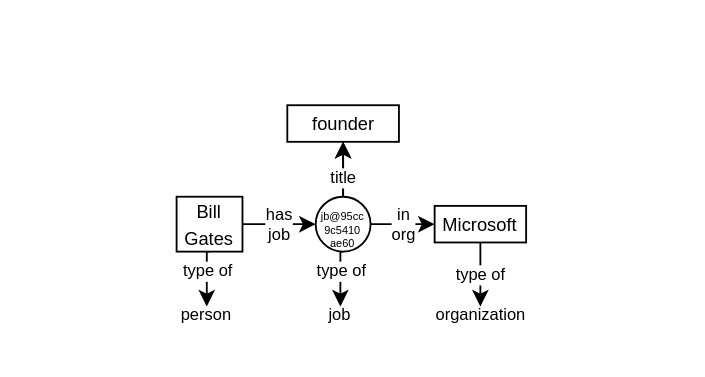
Above: reification.drawio in SilvesterYu/FinQA_Vis (draw.io), before the change. Source tidied: cells renumbered, new cells numbered last; positions are measured from the earlier drawing's top-left corner, leaving out a move shared by most shapes. Both pictures are drawn from the tidied source at 183%, with x=0, y=0 at pixel (176, 104).
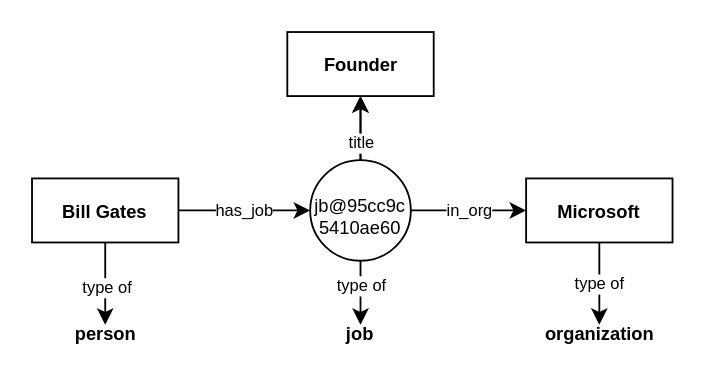
After the change.

The edit, as a diff of the source:
```diff
@@
 <mxGraphModel>
   <root>
     <mxCell id="0" />
     <mxCell id="1" parent="0" />
-    <mxCell id="2" value="&lt;font style=&quot;font-size: 9px;&quot;&gt;has&lt;br&gt;job&lt;/font&gt;" style="edgeStyle=orthogonalEdgeStyle;rounded=0;jettySize=auto;html=1;exitX=1;exitY=0.5;exitDx=0;exitDy=0;fontSize=6;" parent="1" edge="1" source="5" target="11">
+    <mxCell id="2" value="&lt;font style=&quot;font-size: 9px;&quot;&gt;has_job&lt;/font&gt;" style="edgeStyle=orthogonalEdgeStyle;rounded=0;jettySize=auto;html=1;exitX=1;exitY=0.5;exitDx=0;exitDy=0;fontSize=6;" parent="1" edge="1" source="5" target="11">
       <mxGeometry relative="1" as="geometry" />
     </mxCell>
     <mxCell id="3" style="edgeStyle=orthogonalEdgeStyle;rounded=0;jettySize=auto;html=1;exitX=0.5;exitY=1;exitDx=0;exitDy=0;entryX=0.5;entryY=0;entryDx=0;entryDy=0;fontSize=9;" parent="1" edge="1" source="5" target="15">
       <mxGeometry relative="1" as="geometry" />
     </mxCell>
     <mxCell id="4" value="type of" style="edgeLabel;html=1;align=center;verticalAlign=middle;fontSize=9;" parent="3" vertex="1">
-      <mxGeometry x="-0.21" relative="1" as="geometry" />
+      <mxGeometry x="-0.21" relative="1" as="geometry">
+        <mxPoint y="6" as="offset" />
+      </mxGeometry>
     </mxCell>
-    <mxCell id="5" value="&lt;font style=&quot;font-size: 10px;&quot;&gt;Bill Gates&lt;/font&gt;" style="rounded=0;whiteSpace=wrap;html=1;" parent="1" vertex="1">
-      <mxGeometry y="50" width="36" height="30" as="geometry" />
+    <mxCell id="5" value="&lt;font style=&quot;font-size: 10px;&quot;&gt;&lt;b style=&quot;&quot;&gt;Bill Gates&lt;/b&gt;&lt;/font&gt;" style="rounded=0;whiteSpace=wrap;html=1;" parent="1" vertex="1">
+      <mxGeometry x="-79" y="40" width="80" height="35" as="geometry" />
     </mxCell>
-    <mxCell id="6" value="in&lt;br&gt;org" style="edgeStyle=orthogonalEdgeStyle;rounded=0;jettySize=auto;html=1;exitX=1;exitY=0.5;exitDx=0;exitDy=0;entryX=0;entryY=0.5;entryDx=0;entryDy=0;fontSize=9;" parent="1" edge="1" source="11" target="13">
+    <mxCell id="6" value="in_org" style="edgeStyle=orthogonalEdgeStyle;rounded=0;jettySize=auto;html=1;exitX=1;exitY=0.5;exitDx=0;exitDy=0;entryX=0;entryY=0.5;entryDx=0;entryDy=0;fontSize=9;" parent="1" edge="1" source="11" target="13">
       <mxGeometry relative="1" as="geometry" />
     </mxCell>
     <mxCell id="7" style="edgeStyle=orthogonalEdgeStyle;rounded=0;jettySize=auto;html=1;exitX=0.5;exitY=0;exitDx=0;exitDy=0;entryX=0.5;entryY=1;entryDx=0;entryDy=0;fontSize=9;" parent="1" edge="1" source="11" target="14">
       <mxGeometry relative="1" as="geometry" />
     </mxCell>
     <mxCell id="8" value="title" style="edgeStyle=orthogonalEdgeStyle;rounded=0;jettySize=auto;html=1;fontSize=9;" parent="1" edge="1" source="11" target="14">
       <mxGeometry x="-0.6" relative="1" as="geometry" />
     </mxCell>
     <mxCell id="9" style="edgeStyle=orthogonalEdgeStyle;rounded=0;jettySize=auto;html=1;exitX=0.5;exitY=1;exitDx=0;exitDy=0;entryX=0.5;entryY=0;entryDx=0;entryDy=0;fontSize=9;" parent="1" edge="1" source="11" target="16">
       <mxGeometry relative="1" as="geometry" />
     </mxCell>
     <mxCell id="10" value="type of" style="edgeLabel;html=1;align=center;verticalAlign=middle;fontSize=9;" parent="9" vertex="1">
       <mxGeometry x="-0.25" relative="1" as="geometry" />
     </mxCell>
-    <mxCell id="11" value="&lt;br&gt;&lt;table width=&quot;69&quot; cellspacing=&quot;0&quot; cellpadding=&quot;0&quot; border=&quot;0&quot;&gt;&lt;tbody&gt;&lt;tr style=&quot;height:14.0pt&quot; height=&quot;19&quot;&gt;  &lt;td style=&quot;height:14.0pt;width:52pt&quot; width=&quot;69&quot; height=&quot;19&quot;&gt;jb@95cc&lt;br&gt;9c5410&lt;br&gt;ae60&lt;/td&gt;&lt;/tr&gt;&lt;/tbody&gt;&lt;/table&gt;" style="ellipse;whiteSpace=wrap;html=1;fontSize=6;strokeColor=#000000;" parent="1" vertex="1">
-      <mxGeometry x="76" y="50" width="30" height="30" as="geometry" />
+    <mxCell id="11" value="&lt;br&gt;&lt;table width=&quot;69&quot; cellspacing=&quot;0&quot; cellpadding=&quot;0&quot; border=&quot;0&quot;&gt;&lt;tbody&gt;&lt;tr style=&quot;height: 14pt;&quot; height=&quot;19&quot;&gt;&lt;td style=&quot;height: 14pt; width: 52pt;&quot; width=&quot;69&quot; height=&quot;19&quot;&gt;&lt;div style=&quot;&quot;&gt;&lt;span style=&quot;font-size: 10px; background-color: initial;&quot;&gt;jb@95cc&lt;/span&gt;&lt;span style=&quot;background-color: initial; font-size: 10px;&quot;&gt;9c&lt;/span&gt;&lt;/div&gt;&lt;div style=&quot;&quot;&gt;&lt;span style=&quot;background-color: initial; font-size: 10px;&quot;&gt;5410&lt;/span&gt;&lt;span style=&quot;background-color: initial; font-size: 10px;&quot;&gt;ae60&lt;/span&gt;&lt;/div&gt;&lt;/td&gt;&lt;/tr&gt;&lt;/tbody&gt;&lt;/table&gt;" style="ellipse;whiteSpace=wrap;html=1;fontSize=6;strokeColor=#000000;" parent="1" vertex="1">
+      <mxGeometry x="73" y="30" width="55" height="55" as="geometry" />
     </mxCell>
     <mxCell id="12" value="type of" style="edgeStyle=orthogonalEdgeStyle;rounded=0;jettySize=auto;html=1;exitX=0.5;exitY=1;exitDx=0;exitDy=0;entryX=0.5;entryY=0;entryDx=0;entryDy=0;fontSize=9;" parent="1" edge="1" source="13" target="17">
       <mxGeometry relative="1" as="geometry" />
     </mxCell>
-    <mxCell id="13" value="&lt;font style=&quot;font-size: 10px;&quot;&gt;Microsoft&lt;/font&gt;" style="rounded=0;whiteSpace=wrap;html=1;" parent="1" vertex="1">
-      <mxGeometry x="141" y="55" width="50" height="20" as="geometry" />
+    <mxCell id="13" value="&lt;font style=&quot;font-size: 10px;&quot;&gt;&lt;b&gt;Microsoft&lt;/b&gt;&lt;/font&gt;" style="rounded=0;whiteSpace=wrap;html=1;" parent="1" vertex="1">
+      <mxGeometry x="191" y="40" width="80" height="35" as="geometry" />
     </mxCell>
-    <mxCell id="14" value="&lt;font style=&quot;font-size: 10px;&quot;&gt;founder&lt;/font&gt;" style="rounded=0;whiteSpace=wrap;html=1;" parent="1" vertex="1">
-      <mxGeometry x="60.5" width="61" height="20" as="geometry" />
+    <mxCell id="14" value="&lt;font style=&quot;font-size: 10px;&quot;&gt;&lt;b&gt;Founder&lt;/b&gt;&lt;/font&gt;" style="rounded=0;whiteSpace=wrap;html=1;" parent="1" vertex="1">
+      <mxGeometry x="60.5" y="-40" width="80" height="35" as="geometry" />
     </mxCell>
-    <mxCell id="15" value="person" style="text;html=1;strokeColor=none;fillColor=none;align=center;verticalAlign=middle;whiteSpace=wrap;rounded=0;fontSize=9;" parent="1" vertex="1">
-      <mxGeometry y="110" width="33" height="10" as="geometry" />
+    <mxCell id="15" value="&lt;font style=&quot;font-size: 10px;&quot;&gt;&lt;b&gt;person&lt;/b&gt;&lt;/font&gt;" style="text;html=1;strokeColor=none;fillColor=none;align=center;verticalAlign=middle;whiteSpace=wrap;rounded=0;fontSize=9;" parent="1" vertex="1">
+      <mxGeometry x="-55.5" y="120" width="33" height="10" as="geometry" />
     </mxCell>
-    <mxCell id="16" value="job" style="text;html=1;strokeColor=none;fillColor=none;align=center;verticalAlign=middle;whiteSpace=wrap;rounded=0;fontSize=9;" parent="1" vertex="1">
-      <mxGeometry x="73" y="110" width="33" height="10" as="geometry" />
+    <mxCell id="16" value="&lt;font style=&quot;font-size: 10px;&quot;&gt;&lt;b&gt;job&lt;/b&gt;&lt;/font&gt;" style="text;html=1;strokeColor=none;fillColor=none;align=center;verticalAlign=middle;whiteSpace=wrap;rounded=0;fontSize=9;" parent="1" vertex="1">
+      <mxGeometry x="84" y="120" width="33" height="10" as="geometry" />
     </mxCell>
-    <mxCell id="17" value="organization" style="text;html=1;strokeColor=none;fillColor=none;align=center;verticalAlign=middle;whiteSpace=wrap;rounded=0;fontSize=9;" parent="1" vertex="1">
-      <mxGeometry x="149.5" y="110" width="33" height="10" as="geometry" />
+    <mxCell id="17" value="&lt;font style=&quot;font-size: 10px;&quot;&gt;&lt;b&gt;organization&lt;/b&gt;&lt;/font&gt;" style="text;html=1;strokeColor=none;fillColor=none;align=center;verticalAlign=middle;whiteSpace=wrap;rounded=0;fontSize=9;" parent="1" vertex="1">
+      <mxGeometry x="214.5" y="120" width="33" height="10" as="geometry" />
     </mxCell>
   </root>
 </mxGraphModel>
```
